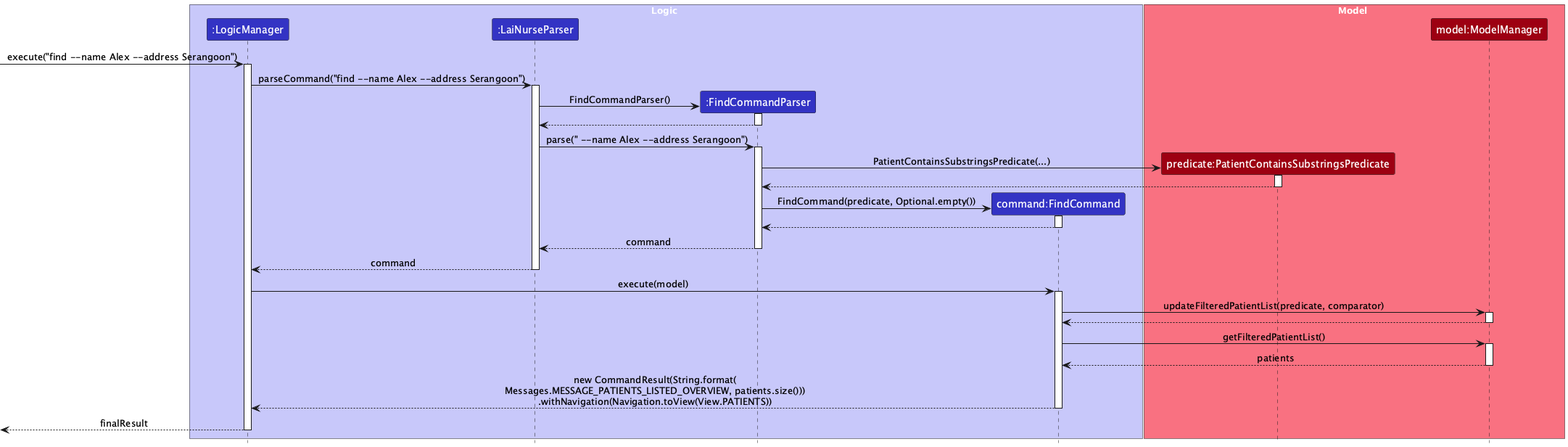
This is docs/images/FindSequenceDiagram.png from Bruhmiuz/teePee, a PlantUML export, as it was before one commit.
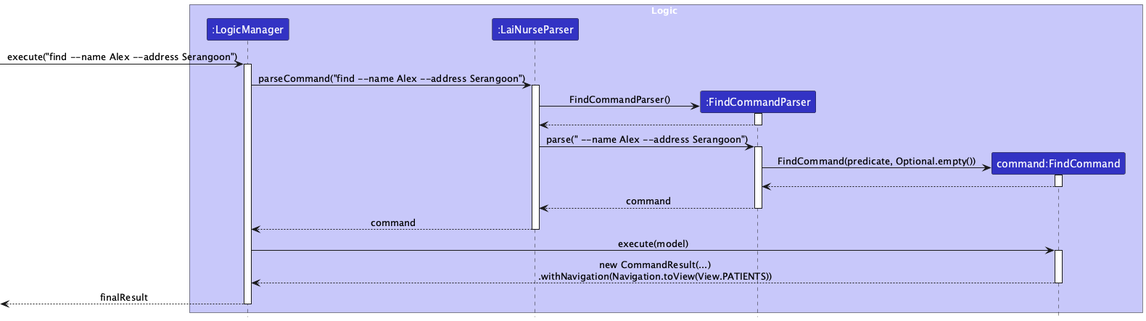
Above is the later version.

Commit message:
Remove model details

What changed in the source:
```diff
@@ -7,11 +7,6 @@
 participant ":LaiNurseParser" as LaiNurseParser LOGIC_COLOR
 participant ":FindCommandParser" as FindCommandParser LOGIC_COLOR
 participant "command:FindCommand" as FindCommand LOGIC_COLOR
-end box
-
-box Model MODEL_COLOR_T1
-participant "predicate:PatientContainsSubstringsPredicate" as Predicate MODEL_COLOR
-participant "model:ModelManager" as ModelManager MODEL_COLOR
 end box
 
 [-> LogicManager : execute("find ~--name Alex ~--address Serangoon")
@@ -30,13 +25,6 @@
 LaiNurseParser -> FindCommandParser : parse(" ~--name Alex ~--address Serangoon")
 activate FindCommandParser
 
-create Predicate
-FindCommandParser -> Predicate : PatientContainsSubstringsPredicate(...)
-activate Predicate
-
-Predicate --> FindCommandParser
-deactivate Predicate
-
 create FindCommand
 FindCommandParser -> FindCommand : FindCommand(predicate, Optional.empty())
 activate FindCommand
@@ -53,19 +41,7 @@
 LogicManager -> FindCommand : execute(model)
 activate FindCommand
 
-FindCommand -> ModelManager : updateFilteredPatientList(predicate, comparator)
-activate ModelManager
-
-ModelManager --> FindCommand
-deactivate ModelManager
-
-FindCommand -> ModelManager : getFilteredPatientList()
-activate ModelManager
-
-ModelManager --> FindCommand : patients
-deactivate ModelManager
-
-FindCommand --> LogicManager : new CommandResult(String.format(\nMessages.MESSAGE_PATIENTS_LISTED_OVERVIEW, patients.size()))\n.withNavigation(Navigation.toView(View.PATIENTS))
+FindCommand --> LogicManager : new CommandResult(...)\n.withNavigation(Navigation.toView(View.PATIENTS))
 deactivate FindCommand
 
 [<-- LogicManager : finalResult
```
